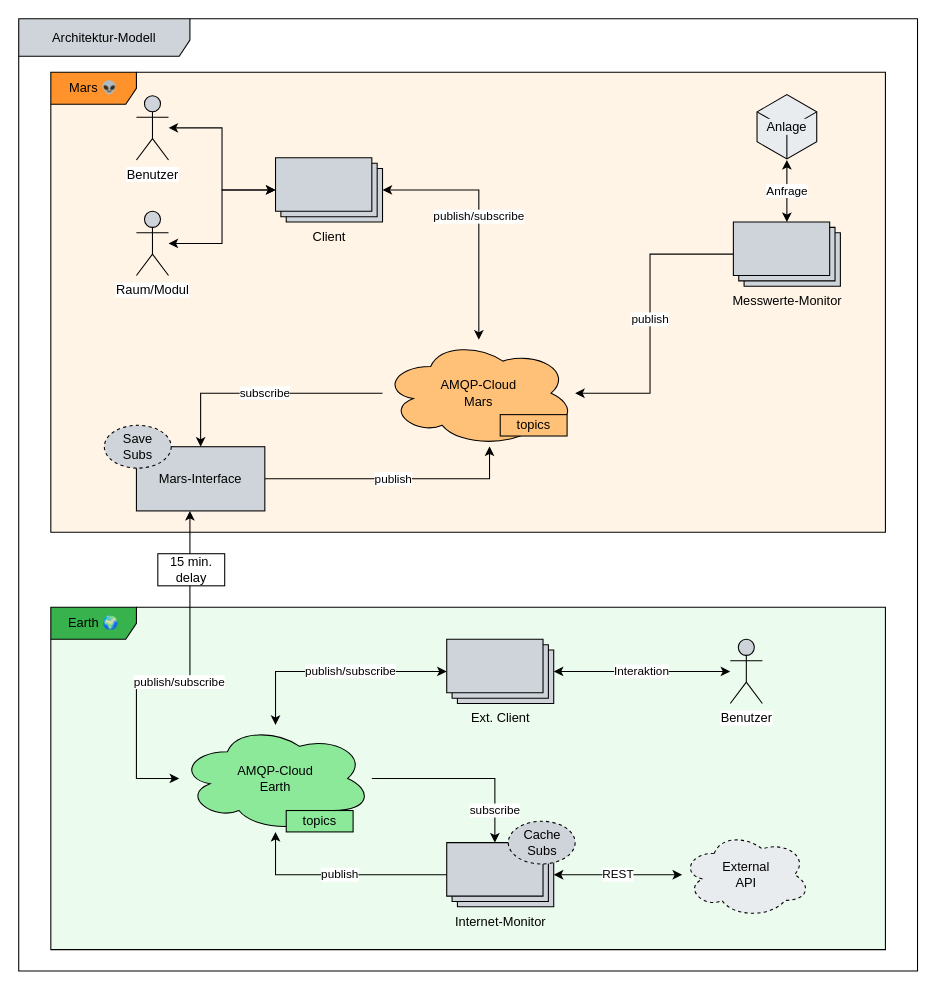
Earlier version of the draw.io diagram docs/Architektur-Modell.drawio (leo-3108/mi-fddw-mars-colonisation-gedrath-pelzer). Source tidied: cells renumbered, new cells numbered last; positions are measured from the earlier drawing's top-left corner, leaving out a move shared by most shapes. Both pictures are drawn from the tidied source at 107%, with x=0, y=0 at pixel (18, 18).
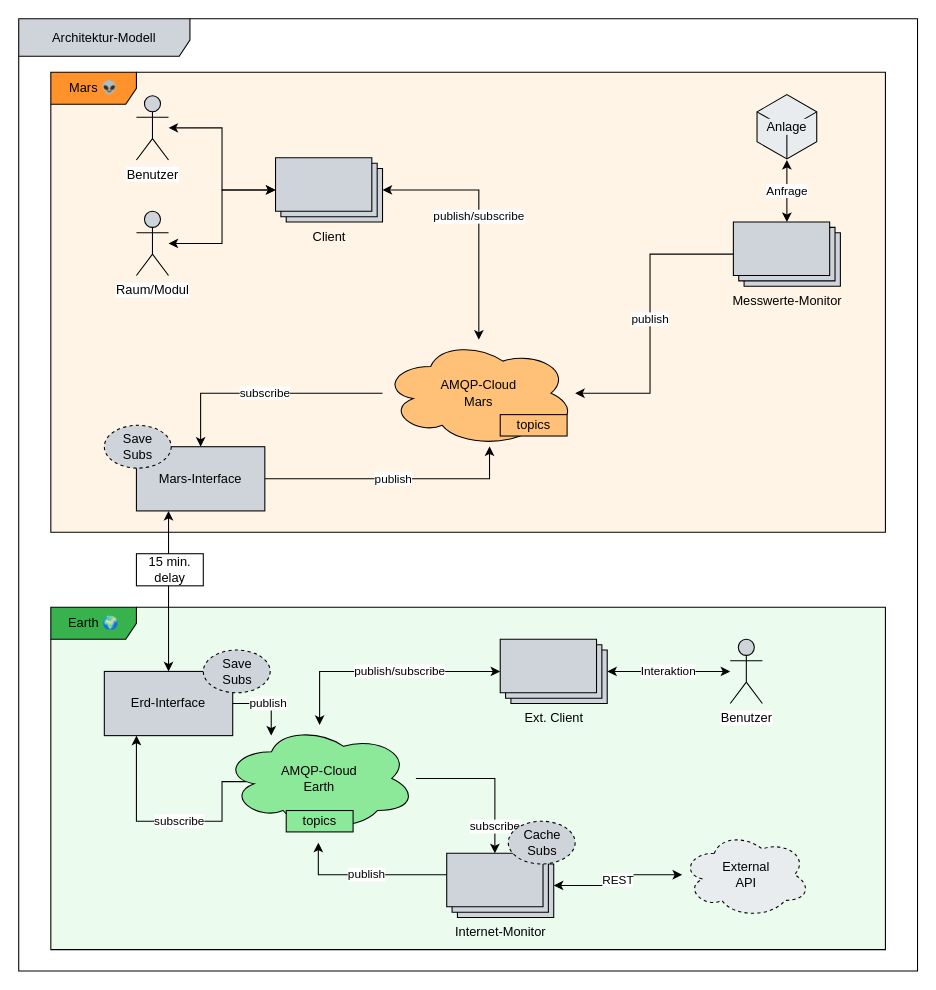
After the change.

Unchanged cells that the change refers to:
```xml
<mxCell id="14" value="&lt;font face=&quot;IBM Plex Mono&quot;&gt;Mars-Interface&lt;br&gt;&lt;/font&gt;" style="rounded=0;whiteSpace=wrap;html=1;fillColor=#CED4DA;" parent="1" vertex="1">
  <mxGeometry x="110" y="400" width="120" height="60" as="geometry" />
</mxCell>
```

What changed in the source:
```diff
@@
     <mxCell id="8" value="AMQP-Cloud&lt;br&gt;Earth" style="ellipse;shape=cloud;whiteSpace=wrap;html=1;fontFamily=IBM Plex Sans;FType=g;fillColor=#8ce99a;" parent="1" vertex="1">
-      <mxGeometry x="150" y="660" width="180" height="100" as="geometry" />
+      <mxGeometry x="191.2" y="660" width="180" height="100" as="geometry" />
     </mxCell>
-    <mxCell id="9" value="&lt;font face=&quot;IBM Plex Mono&quot;&gt;publish&lt;/font&gt;" style="edgeStyle=orthogonalEdgeStyle;rounded=0;jettySize=auto;html=1;" parent="1" edge="1" source="11" target="8">
+    <mxCell id="9" value="&lt;font face=&quot;IBM Plex Mono&quot;&gt;publish&lt;/font&gt;" style="edgeStyle=orthogonalEdgeStyle;rounded=0;jettySize=auto;html=1;" parent="1" edge="1" source="11">
       <mxGeometry relative="1" as="geometry">
+        <mxPoint x="280" y="770" as="targetPoint" />
         <Array as="points">
-          <mxPoint x="240" y="800" />
+          <mxPoint x="280" y="800" />
         </Array>
       </mxGeometry>
     </mxCell>
@@
     <mxCell id="11" value="&lt;font face=&quot;IBM Plex Mono&quot;&gt;Internet-Monitor&lt;/font&gt;" style="verticalLabelPosition=bottom;verticalAlign=top;html=1;shape=mxgraph.basic.layered_rect;dx=10;outlineConnect=0;fillColor=#ced4da;" parent="1" vertex="1">
-      <mxGeometry x="400" y="770" width="100" height="60" as="geometry" />
+      <mxGeometry x="400" y="780" width="100" height="60" as="geometry" />
     </mxCell>
-    <mxCell id="12" value="&lt;font face=&quot;IBM Plex Mono&quot;&gt;publish/subscribe&lt;/font&gt;" style="edgeStyle=orthogonalEdgeStyle;rounded=0;jettySize=auto;html=1;startArrow=classic;startFill=1;" parent="1" edge="1" source="14" target="8">
-      <mxGeometry relative="1" as="geometry">
-        <Array as="points">
-          <mxPoint x="160" y="620" />
-          <mxPoint x="110" y="620" />
-          <mxPoint x="110" y="710" />
-        </Array>
-      </mxGeometry>
-    </mxCell>
@@
     <mxCell id="19" value="&lt;font face=&quot;IBM Plex Mono&quot;&gt;Ext. Client&lt;/font&gt;" style="verticalLabelPosition=bottom;verticalAlign=top;html=1;shape=mxgraph.basic.layered_rect;dx=10;outlineConnect=0;fillColor=#ced4da;" parent="1" vertex="1">
-      <mxGeometry x="400" y="580" width="100" height="60" as="geometry" />
+      <mxGeometry x="450" y="580" width="100" height="60" as="geometry" />
     </mxCell>
@@
-    <mxCell id="24" value="&lt;font face=&quot;IBM Plex Mono&quot;&gt;15 min. delay&lt;/font&gt;" style="rounded=0;whiteSpace=wrap;html=1;fillColor=#ffffff;" parent="1" vertex="1">
-      <mxGeometry x="130" y="500" width="62.5" height="30" as="geometry" />
-    </mxCell>
@@
+    <mxCell id="35" value="&lt;font face=&quot;IBM Plex Mono&quot;&gt;Erd-Interface&lt;br&gt;&lt;/font&gt;" style="rounded=0;whiteSpace=wrap;html=1;fillColor=#CED4DA;" parent="1" vertex="1">
+      <mxGeometry x="80" y="610" width="120" height="60" as="geometry" />
+    </mxCell>
+    <mxCell id="36" value="subscribe" style="edgeStyle=orthogonalEdgeStyle;rounded=0;jettySize=auto;html=1;startArrow=none;startFill=0;endArrow=classic;endFill=1;fontFamily=IBM Plex Mono;entryX=0.25;entryY=1;entryDx=0;entryDy=0;exitX=0.12;exitY=0.53;exitDx=0;exitDy=0;exitPerimeter=0;" parent="1" edge="1" source="8" target="35">
+      <mxGeometry x="-0.09" relative="1" as="geometry">
+        <Array as="points">
+          <mxPoint x="190" y="713" />
+          <mxPoint x="190" y="750" />
+          <mxPoint x="110" y="750" />
+        </Array>
+      </mxGeometry>
+    </mxCell>
+    <mxCell id="37" value="publish" style="edgeStyle=orthogonalEdgeStyle;rounded=0;orthogonalLoop=1;jettySize=auto;html=1;startArrow=none;startFill=0;endArrow=classic;endFill=1;fontFamily=IBM Plex Mono;" parent="1" edge="1">
+      <mxGeometry relative="1" as="geometry">
+        <mxPoint x="200" y="640" as="sourcePoint" />
+        <mxPoint x="236" y="670" as="targetPoint" />
+        <Array as="points">
+          <mxPoint x="236" y="640" />
+        </Array>
+      </mxGeometry>
+    </mxCell>
+    <mxCell id="38" value="&lt;font face=&quot;IBM Plex Sans&quot;&gt;Save&lt;br&gt;Subs&lt;/font&gt;" style="ellipse;whiteSpace=wrap;html=1;strokeWidth=1;fillColor=#CED4DA;dashed=1;" parent="1" vertex="1">
+      <mxGeometry x="172.5" y="590" width="62.5" height="40" as="geometry" />
+    </mxCell>
+    <mxCell id="39" style="endArrow=classic;startArrow=classic;html=1;entryX=0.25;entryY=1;entryDx=0;entryDy=0;exitX=0.5;exitY=0;exitDx=0;exitDy=0;" parent="1" edge="1" source="35" target="14">
+      <mxGeometry relative="1" as="geometry" />
+    </mxCell>
+    <mxCell id="24" value="&lt;font face=&quot;IBM Plex Mono&quot;&gt;15 min. delay&lt;/font&gt;" style="rounded=0;whiteSpace=wrap;html=1;fillColor=#ffffff;" parent="1" vertex="1">
+      <mxGeometry x="110" y="500" width="62.5" height="30" as="geometry" />
+    </mxCell>
```
